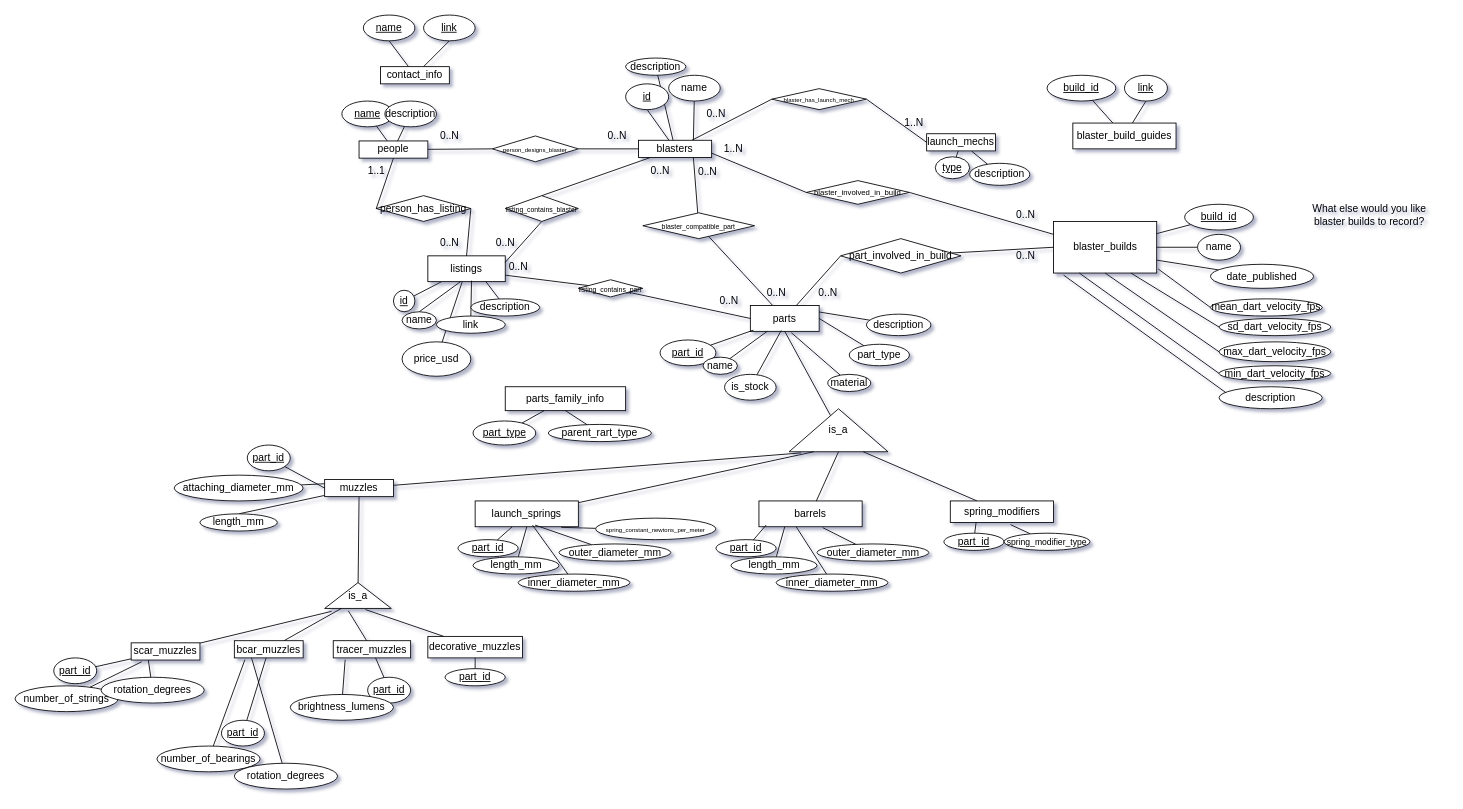
Before: docs/ERD.drawio in SabreBirdOne/BlasterBrowser, a draw.io diagram. Source tidied: cells renumbered, new cells numbered last; positions are measured from the earlier drawing's top-left corner, leaving out a move shared by most shapes. Both pictures are drawn from the tidied source at 86%, with x=0, y=0 at pixel (15, 15).
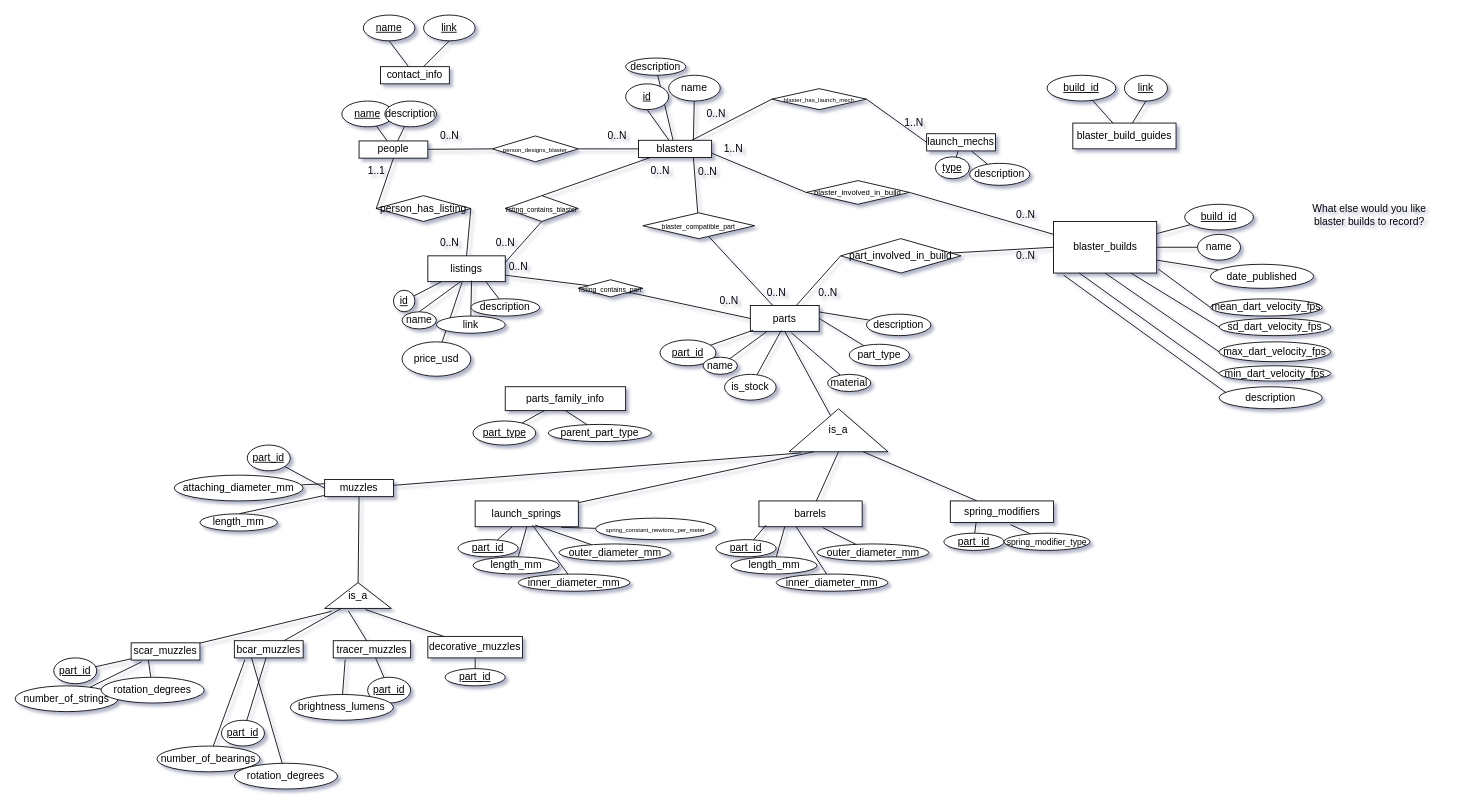
After the change.

Commit message (it also covers changes not shown here):
Fixed typo in ERD

Diff of the diagram source:
```diff
@@
-    <mxCell id="182" value="parent_rart_type" style="ellipse;whiteSpace=wrap;html=1;" parent="1" vertex="1">
+    <mxCell id="182" value="parent_part_type" style="ellipse;whiteSpace=wrap;html=1;" parent="1" vertex="1">
       <mxGeometry x="620" y="476" width="120" height="20" as="geometry" />
     </mxCell>
```
